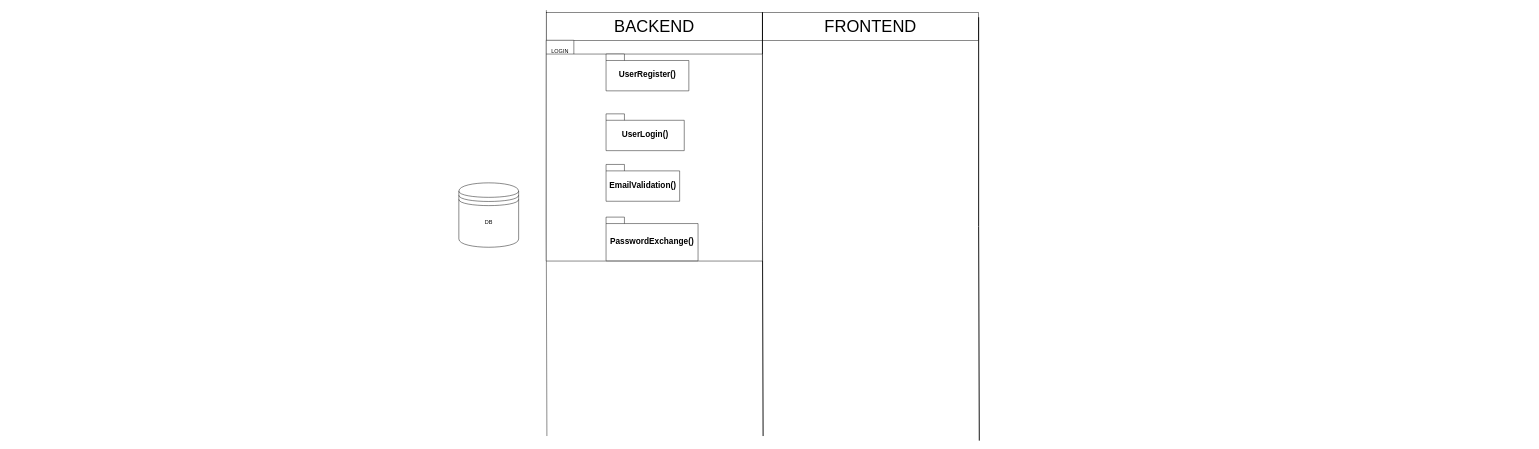
Earlier version of the draw.io diagram Arquitetura.drawio (Lukexll/Projeto-Engenharia-de-Software). Source tidied: cells renumbered, new cells numbered last; positions are measured from the earlier drawing's top-left corner, leaving out a move shared by most shapes. Both pictures are drawn from the tidied source at 46%, with x=0, y=0 at pixel (459, 10).
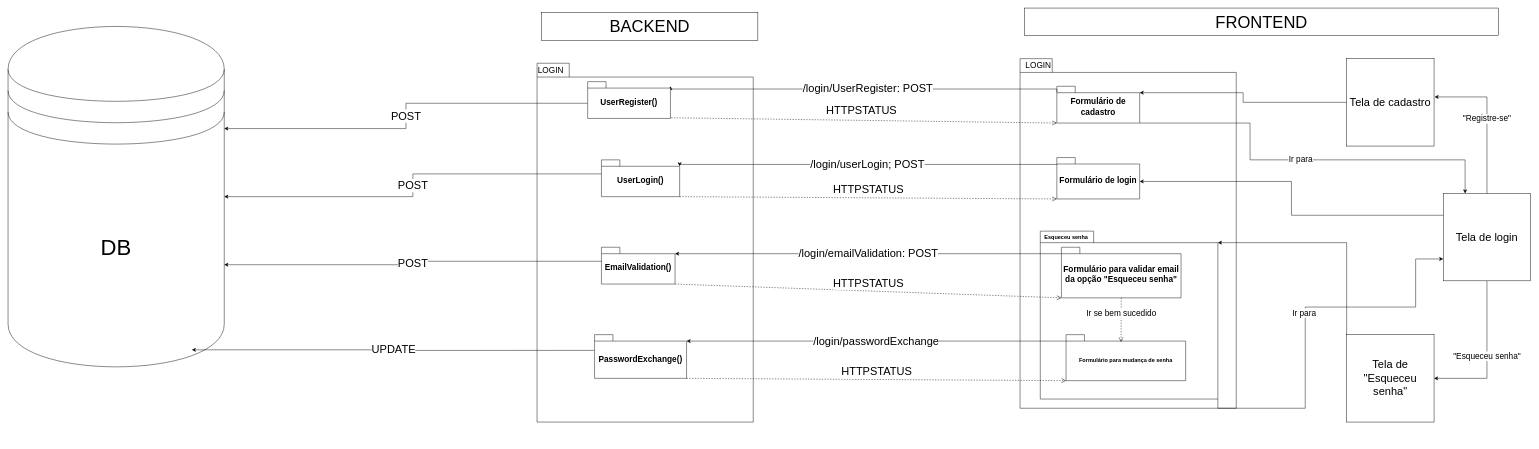
The same diagram, later.

The edit, as a diff of the source:
```diff
@@
+    <mxCell id="14" style="shape=folder;fontStyle=1;spacingTop=10;tabWidth=70;tabHeight=30;tabPosition=left;html=1;whiteSpace=wrap;" parent="1" vertex="1">
+      <mxGeometry x="1220" y="106" width="470" height="760" as="geometry" />
+    </mxCell>
+    <mxCell id="15" value="&lt;font style=&quot;font-size: 18px;&quot;&gt;Ir para&amp;nbsp;&lt;/font&gt;" style="edgeStyle=orthogonalEdgeStyle;rounded=0;jettySize=auto;html=1;exitX=0;exitY=0;exitDx=386;exitDy=365;exitPerimeter=0;entryX=0;entryY=0.75;entryDx=0;entryDy=0;" parent="1" edge="1" source="16" target="37">
+      <mxGeometry relative="1" as="geometry">
+        <Array as="points">
+          <mxPoint x="1650" y="866" />
+          <mxPoint x="1840" y="866" />
+          <mxPoint x="1840" y="646" />
+          <mxPoint x="2080" y="646" />
+          <mxPoint x="2080" y="542" />
+        </Array>
+      </mxGeometry>
+    </mxCell>
+    <mxCell id="16" style="shape=folder;fontStyle=1;spacingTop=10;tabWidth=116;tabHeight=25;tabPosition=left;html=1;whiteSpace=wrap;" parent="1" vertex="1">
+      <mxGeometry x="1264" y="481" width="386" height="365" as="geometry" />
+    </mxCell>
+    <mxCell id="7" style="shape=folder;fontStyle=1;spacingTop=10;tabWidth=70;tabHeight=30;tabPosition=left;html=1;whiteSpace=wrap;verticalAlign=middle;" parent="1" vertex="1">
+      <mxGeometry x="170" y="116" width="470" height="780" as="geometry" />
+    </mxCell>
-    <mxCell id="2" value="DB&lt;div&gt;&lt;br&gt;&lt;/div&gt;" style="shape=datastore;whiteSpace=wrap;html=1;" parent="1" vertex="1">
-      <mxGeometry y="376" width="130" height="140" as="geometry" />
+    <mxCell id="2" value="&lt;font style=&quot;font-size: 48px;&quot;&gt;DB&lt;/font&gt;&lt;div&gt;&lt;br&gt;&lt;/div&gt;" style="shape=datastore;whiteSpace=wrap;html=1;" parent="1" vertex="1">
+      <mxGeometry x="-980" y="36" width="470" height="740" as="geometry" />
     </mxCell>
-    <mxCell id="3" style="endArrow=none;html=1;rounded=0;entryX=0.322;entryY=0.021;entryDx=0;entryDy=0;entryPerimeter=0;exitX=0.323;exitY=1.006;exitDx=0;exitDy=0;exitPerimeter=0;" parent="1" edge="1">
-      <mxGeometry relative="1" as="geometry">
-        <mxPoint x="191.4" y="926.4" as="sourcePoint" />
-        <mxPoint x="190.3" y="0.5" as="targetPoint" />
-        <Array as="points">
-          <mxPoint x="190" y="460.8" />
-        </Array>
-      </mxGeometry>
-    </mxCell>
     <mxCell id="4" value="&lt;span style=&quot;font-size: 36px;&quot;&gt;BACKEND&lt;/span&gt;" style="rounded=0;whiteSpace=wrap;html=1;" parent="1" vertex="1">
-      <mxGeometry x="190" y="6" width="470" height="60" as="geometry" />
+      <mxGeometry x="180" y="6" width="470" height="60" as="geometry" />
     </mxCell>
     <mxCell id="5" value="&lt;font style=&quot;font-size: 36px;&quot;&gt;FRONTEND&lt;/font&gt;" style="rounded=0;whiteSpace=wrap;html=1;" parent="1" vertex="1">
-      <mxGeometry x="660" y="6" width="470" height="60" as="geometry" />
+      <mxGeometry x="1230" y="-4" width="1030" height="60" as="geometry" />
     </mxCell>
-    <mxCell id="6" style="endArrow=none;html=1;rounded=0;entryX=0;entryY=0;entryDx=0;entryDy=0;exitX=0.323;exitY=1.006;exitDx=0;exitDy=0;exitPerimeter=0;shadow=0;strokeColor=default;strokeWidth=2;" parent="1" edge="1" target="5">
-      <mxGeometry relative="1" as="geometry">
-        <mxPoint x="661.4" y="926.4" as="sourcePoint" />
-        <Array as="points">
-          <mxPoint x="660" y="460.8" />
-        </Array>
-      </mxGeometry>
-    </mxCell>
-    <mxCell id="7" style="shape=folder;fontStyle=1;spacingTop=10;tabWidth=60;tabHeight=30;tabPosition=left;html=1;whiteSpace=wrap;" parent="1" vertex="1">
-      <mxGeometry x="190" y="66" width="470" height="480" as="geometry" />
-    </mxCell>
-    <mxCell id="8" value="LOGIN" style="text;html=1;align=center;verticalAlign=middle;whiteSpace=wrap;rounded=0;" parent="1" vertex="1">
-      <mxGeometry x="190" y="76" width="60" height="30" as="geometry" />
+    <mxCell id="8" value="&lt;font style=&quot;font-size: 18px;&quot;&gt;LOGIN&lt;/font&gt;" style="text;html=1;align=center;verticalAlign=middle;whiteSpace=wrap;rounded=0;" parent="1" vertex="1">
+      <mxGeometry x="170" y="116" width="60" height="30" as="geometry" />
     </mxCell>
-    <mxCell id="9" style="endArrow=none;html=1;rounded=0;entryX=0;entryY=0;entryDx=0;entryDy=0;exitX=0.323;exitY=1.006;exitDx=0;exitDy=0;exitPerimeter=0;shadow=0;strokeColor=default;strokeWidth=2;" parent="1" edge="1">
-      <mxGeometry relative="1" as="geometry">
-        <mxPoint x="1131.4" y="936.4" as="sourcePoint" />
-        <mxPoint x="1130" y="16" as="targetPoint" />
-        <Array as="points">
-          <mxPoint x="1130" y="470.8" />
-        </Array>
-      </mxGeometry>
-    </mxCell>
-    <mxCell id="10" value="&lt;font style=&quot;font-size: 18px;&quot;&gt;UserRegister()&lt;/font&gt;" style="shape=folder;fontStyle=1;spacingTop=10;tabWidth=40;tabHeight=14;tabPosition=left;html=1;whiteSpace=wrap;" parent="1" vertex="1">
-      <mxGeometry x="320" y="96" width="180" height="80" as="geometry" />
-    </mxCell>
+    <mxCell id="17" value="&lt;font style=&quot;font-size: 24px;&quot;&gt;POST&lt;/font&gt;" style="edgeStyle=orthogonalEdgeStyle;rounded=0;jettySize=auto;html=1;exitX=0;exitY=0;exitDx=0;exitDy=47;exitPerimeter=0;entryX=1;entryY=0.3;entryDx=0;entryDy=0;" parent="1" edge="1" source="10" target="2">
+      <mxGeometry relative="1" as="geometry" />
+    </mxCell>
+    <mxCell id="18" value="&lt;font style=&quot;font-size: 24px;&quot;&gt;POST&lt;/font&gt;" style="edgeStyle=orthogonalEdgeStyle;rounded=0;jettySize=auto;html=1;exitX=0;exitY=0;exitDx=0;exitDy=30.5;exitPerimeter=0;entryX=1;entryY=0.5;entryDx=0;entryDy=0;" parent="1" edge="1" source="11" target="2">
+      <mxGeometry relative="1" as="geometry" />
+    </mxCell>
     <mxCell id="11" value="&lt;font style=&quot;font-size: 18px;&quot;&gt;UserLogin()&lt;/font&gt;" style="shape=folder;fontStyle=1;spacingTop=10;tabWidth=40;tabHeight=14;tabPosition=left;html=1;whiteSpace=wrap;" parent="1" vertex="1">
-      <mxGeometry x="320" y="226" width="170" height="80" as="geometry" />
+      <mxGeometry x="310" y="326" width="170" height="80" as="geometry" />
     </mxCell>
     <mxCell id="12" value="&lt;span style=&quot;font-size: 18px;&quot;&gt;EmailValidation()&lt;/span&gt;" style="shape=folder;fontStyle=1;spacingTop=10;tabWidth=40;tabHeight=14;tabPosition=left;html=1;whiteSpace=wrap;" parent="1" vertex="1">
-      <mxGeometry x="320" y="336" width="160" height="80" as="geometry" />
+      <mxGeometry x="310" y="516" width="160" height="80" as="geometry" />
     </mxCell>
+    <mxCell id="19" value="&lt;font style=&quot;font-size: 24px;&quot;&gt;UPDATE&lt;/font&gt;" style="edgeStyle=orthogonalEdgeStyle;rounded=0;jettySize=auto;html=1;exitX=0;exitY=0;exitDx=0;exitDy=34.25;exitPerimeter=0;entryX=0.85;entryY=0.95;entryDx=0;entryDy=0;entryPerimeter=0;" parent="1" edge="1" source="13" target="2">
+      <mxGeometry relative="1" as="geometry" />
+    </mxCell>
     <mxCell id="13" value="&lt;font style=&quot;font-size: 18px;&quot;&gt;PasswordExchange()&lt;/font&gt;" style="shape=folder;fontStyle=1;spacingTop=10;tabWidth=40;tabHeight=14;tabPosition=left;html=1;whiteSpace=wrap;" parent="1" vertex="1">
-      <mxGeometry x="320" y="450.5" width="200" height="95" as="geometry" />
+      <mxGeometry x="295" y="706" width="200" height="95" as="geometry" />
     </mxCell>
+    <mxCell id="20" value="&lt;font style=&quot;font-size: 18px;&quot;&gt;LOGIN&lt;/font&gt;" style="text;html=1;align=center;verticalAlign=middle;whiteSpace=wrap;rounded=0;" parent="1" vertex="1">
+      <mxGeometry x="1230" y="106" width="60" height="30" as="geometry" />
+    </mxCell>
+    <mxCell id="21" value="&lt;font style=&quot;font-size: 18px;&quot;&gt;Ir para&lt;/font&gt;" style="edgeStyle=orthogonalEdgeStyle;rounded=0;jettySize=auto;html=1;exitX=0;exitY=0;exitDx=180;exitDy=80;exitPerimeter=0;entryX=0.25;entryY=0;entryDx=0;entryDy=0;" parent="1" edge="1" source="22" target="37">
+      <mxGeometry relative="1" as="geometry">
+        <Array as="points">
+          <mxPoint x="1720" y="246" />
+          <mxPoint x="1720" y="326" />
+          <mxPoint x="2188" y="326" />
+        </Array>
+      </mxGeometry>
+    </mxCell>
+    <mxCell id="22" value="&lt;font style=&quot;font-size: 18px;&quot;&gt;Formulário de cadastro&lt;/font&gt;" style="shape=folder;fontStyle=1;spacingTop=10;tabWidth=40;tabHeight=14;tabPosition=left;html=1;whiteSpace=wrap;" parent="1" vertex="1">
+      <mxGeometry x="1300" y="166" width="180" height="80" as="geometry" />
+    </mxCell>
+    <mxCell id="23" value="&lt;font style=&quot;font-size: 24px;&quot;&gt;HTTPSTATUS&lt;/font&gt;" style="html=1;verticalAlign=bottom;endArrow=open;dashed=1;endSize=8;curved=0;rounded=0;exitX=0.941;exitY=0.979;exitDx=0;exitDy=0;exitPerimeter=0;entryX=0;entryY=0;entryDx=0;entryDy=80;entryPerimeter=0;" parent="1" edge="1" source="10" target="22">
+      <mxGeometry y="4" relative="1" as="geometry">
+        <mxPoint x="1" as="offset" />
+      </mxGeometry>
+    </mxCell>
+    <mxCell id="24" value="&lt;font style=&quot;font-size: 18px;&quot;&gt;Formulário de login&lt;/font&gt;" style="shape=folder;fontStyle=1;spacingTop=10;tabWidth=40;tabHeight=14;tabPosition=left;html=1;whiteSpace=wrap;" parent="1" vertex="1">
+      <mxGeometry x="1300" y="321" width="180" height="90" as="geometry" />
+    </mxCell>
+    <mxCell id="25" value="&lt;font style=&quot;font-size: 24px;&quot;&gt;/login/userLogin; POST&lt;/font&gt;" style="edgeStyle=orthogonalEdgeStyle;rounded=0;jettySize=auto;html=1;exitX=0;exitY=0;exitDx=0;exitDy=14;exitPerimeter=0;entryX=0;entryY=0;entryDx=170;entryDy=14;entryPerimeter=0;" parent="1" edge="1" source="24" target="11">
+      <mxGeometry relative="1" as="geometry">
+        <Array as="points">
+          <mxPoint x="480" y="336" />
+        </Array>
+      </mxGeometry>
+    </mxCell>
+    <mxCell id="26" value="&lt;font style=&quot;font-size: 24px;&quot;&gt;/login/UserRegister: POST&lt;/font&gt;" style="edgeStyle=orthogonalEdgeStyle;rounded=0;orthogonalLoop=1;jettySize=auto;html=1;entryX=0;entryY=0;entryDx=180;entryDy=14;entryPerimeter=0;" parent="1" edge="1">
+      <mxGeometry x="-0.02" relative="1" as="geometry">
+        <mxPoint x="1300" y="179" as="sourcePoint" />
+        <mxPoint x="460" y="166" as="targetPoint" />
+        <Array as="points">
+          <mxPoint x="1300" y="172" />
+          <mxPoint x="460" y="172" />
+        </Array>
+      </mxGeometry>
+    </mxCell>
+    <mxCell id="10" value="&lt;font style=&quot;font-size: 18px;&quot;&gt;UserRegister()&lt;/font&gt;" style="shape=folder;fontStyle=1;spacingTop=10;tabWidth=40;tabHeight=14;tabPosition=left;html=1;whiteSpace=wrap;" parent="1" vertex="1">
+      <mxGeometry x="280" y="156" width="180" height="80" as="geometry" />
+    </mxCell>
+    <mxCell id="27" value="&lt;font style=&quot;font-size: 24px;&quot;&gt;HTTPSTATUS&lt;/font&gt;" style="html=1;verticalAlign=bottom;endArrow=open;dashed=1;endSize=8;curved=0;rounded=0;exitX=0;exitY=0;exitDx=170;exitDy=80;exitPerimeter=0;entryX=0;entryY=0;entryDx=0;entryDy=90;entryPerimeter=0;" parent="1" edge="1" source="11" target="24">
+      <mxGeometry relative="1" as="geometry" />
+    </mxCell>
+    <mxCell id="28" value="&lt;font style=&quot;font-size: 18px;&quot;&gt;Formulário para validar email da opção &quot;Esqueceu senha&quot;&lt;/font&gt;" style="shape=folder;fontStyle=1;spacingTop=10;tabWidth=40;tabHeight=14;tabPosition=left;html=1;whiteSpace=wrap;" parent="1" vertex="1">
+      <mxGeometry x="1310" y="516" width="260" height="110" as="geometry" />
+    </mxCell>
+    <mxCell id="29" value="&lt;font style=&quot;font-size: 24px;&quot;&gt;/login/emailValidation: POST&lt;/font&gt;" style="edgeStyle=orthogonalEdgeStyle;rounded=0;jettySize=auto;html=1;exitX=0;exitY=0;exitDx=0;exitDy=14;exitPerimeter=0;entryX=0;entryY=0;entryDx=160;entryDy=14;entryPerimeter=0;" parent="1" edge="1" source="28" target="12">
+      <mxGeometry relative="1" as="geometry" />
+    </mxCell>
+    <mxCell id="30" value="&lt;font style=&quot;font-size: 24px;&quot;&gt;POST&lt;/font&gt;" style="edgeStyle=orthogonalEdgeStyle;rounded=0;jettySize=auto;html=1;exitX=0;exitY=0;exitDx=0;exitDy=30.5;exitPerimeter=0;entryX=1;entryY=0.7;entryDx=0;entryDy=0;" parent="1" edge="1" source="12" target="2">
+      <mxGeometry relative="1" as="geometry" />
+    </mxCell>
+    <mxCell id="31" value="&lt;font style=&quot;font-size: 24px;&quot;&gt;HTTPSTATUS&lt;/font&gt;" style="html=1;verticalAlign=bottom;endArrow=open;dashed=1;endSize=8;curved=0;rounded=0;exitX=0;exitY=0;exitDx=160;exitDy=80;exitPerimeter=0;entryX=0;entryY=0;entryDx=0;entryDy=110;entryPerimeter=0;" parent="1" edge="1" source="12" target="28">
+      <mxGeometry relative="1" as="geometry" />
+    </mxCell>
+    <mxCell id="32" value="Formulário para mudança de senha" style="shape=folder;fontStyle=1;spacingTop=10;tabWidth=40;tabHeight=14;tabPosition=left;html=1;whiteSpace=wrap;" parent="1" vertex="1">
+      <mxGeometry x="1320" y="706" width="260" height="100" as="geometry" />
+    </mxCell>
+    <mxCell id="33" value="&lt;font style=&quot;font-size: 18px;&quot;&gt;Ir se bem sucedido&lt;/font&gt;" style="html=1;verticalAlign=bottom;endArrow=open;dashed=1;endSize=8;curved=0;rounded=0;exitX=0.5;exitY=1;exitDx=0;exitDy=0;exitPerimeter=0;entryX=0.46;entryY=0.161;entryDx=0;entryDy=0;entryPerimeter=0;" parent="1" edge="1" source="28" target="32">
+      <mxGeometry relative="1" as="geometry" />
+    </mxCell>
+    <mxCell id="34" value="&lt;font style=&quot;font-size: 24px;&quot;&gt;/login/passwordExchange&lt;/font&gt;" style="edgeStyle=orthogonalEdgeStyle;rounded=0;jettySize=auto;html=1;exitX=0;exitY=0;exitDx=0;exitDy=14;exitPerimeter=0;entryX=0;entryY=0;entryDx=200;entryDy=14;entryPerimeter=0;" parent="1" edge="1" source="32" target="13">
+      <mxGeometry relative="1" as="geometry" />
+    </mxCell>
+    <mxCell id="35" value="&lt;font style=&quot;font-size: 24px;&quot;&gt;HTTPSTATUS&lt;/font&gt;" style="html=1;verticalAlign=bottom;endArrow=open;dashed=1;endSize=8;curved=0;rounded=0;exitX=0;exitY=0;exitDx=200;exitDy=95;exitPerimeter=0;entryX=0;entryY=0;entryDx=0;entryDy=100;entryPerimeter=0;" parent="1" edge="1" source="13" target="32">
+      <mxGeometry relative="1" as="geometry" />
+    </mxCell>
+    <mxCell id="36" value="&lt;font style=&quot;font-size: 18px;&quot;&gt;&quot;Esqueceu senha&quot;&lt;/font&gt;" style="edgeStyle=orthogonalEdgeStyle;rounded=0;jettySize=auto;html=1;exitX=0.5;exitY=1;exitDx=0;exitDy=0;entryX=1;entryY=0.5;entryDx=0;entryDy=0;" parent="1" edge="1" source="37" target="43">
+      <mxGeometry relative="1" as="geometry" />
+    </mxCell>
+    <mxCell id="37" value="&lt;font style=&quot;font-size: 24px;&quot;&gt;Tela de login&lt;/font&gt;" style="whiteSpace=wrap;html=1;" parent="1" vertex="1">
+      <mxGeometry x="2140" y="399" width="190" height="190" as="geometry" />
+    </mxCell>
+    <mxCell id="38" style="edgeStyle=orthogonalEdgeStyle;rounded=0;jettySize=auto;html=1;exitX=0;exitY=0.25;exitDx=0;exitDy=0;entryX=0;entryY=0;entryDx=180;entryDy=52;entryPerimeter=0;" parent="1" edge="1" source="37" target="24">
+      <mxGeometry relative="1" as="geometry" />
+    </mxCell>
+    <mxCell id="39" value="Esqueceu senha" style="text;align=center;fontStyle=1;verticalAlign=middle;spacingLeft=3;spacingRight=3;strokeColor=none;html=1;" parent="1" vertex="1">
+      <mxGeometry x="1280" y="481" width="80" height="26" as="geometry" />
+    </mxCell>
+    <mxCell id="40" value="&lt;font style=&quot;font-size: 24px;&quot;&gt;Tela de cadastro&lt;/font&gt;" style="whiteSpace=wrap;html=1;" parent="1" vertex="1">
+      <mxGeometry x="1930" y="106" width="190" height="190" as="geometry" />
+    </mxCell>
+    <mxCell id="41" value="&lt;font style=&quot;font-size: 18px;&quot;&gt;&quot;Registre-se&quot;&lt;/font&gt;" style="edgeStyle=orthogonalEdgeStyle;rounded=0;jettySize=auto;html=1;exitX=0.5;exitY=0;exitDx=0;exitDy=0;entryX=1.006;entryY=0.438;entryDx=0;entryDy=0;entryPerimeter=0;" parent="1" edge="1" source="37" target="40">
+      <mxGeometry relative="1" as="geometry">
+        <Array as="points">
+          <mxPoint x="2235" y="189" />
+        </Array>
+      </mxGeometry>
+    </mxCell>
+    <mxCell id="42" style="edgeStyle=orthogonalEdgeStyle;rounded=0;jettySize=auto;html=1;exitX=0;exitY=0.5;exitDx=0;exitDy=0;entryX=0;entryY=0;entryDx=180;entryDy=14;entryPerimeter=0;" parent="1" edge="1" source="40" target="22">
+      <mxGeometry relative="1" as="geometry" />
+    </mxCell>
+    <mxCell id="43" value="&lt;font style=&quot;font-size: 24px;&quot;&gt;Tela de &quot;Esqueceu senha&quot;&lt;/font&gt;" style="whiteSpace=wrap;html=1;" parent="1" vertex="1">
+      <mxGeometry x="1930" y="706" width="190" height="190" as="geometry" />
+    </mxCell>
+    <mxCell id="44" style="edgeStyle=orthogonalEdgeStyle;rounded=0;jettySize=auto;html=1;exitX=0;exitY=0;exitDx=0;exitDy=0;entryX=0;entryY=0;entryDx=386;entryDy=25;entryPerimeter=0;" parent="1" edge="1" source="43" target="16">
+      <mxGeometry relative="1" as="geometry" />
+    </mxCell>
```
